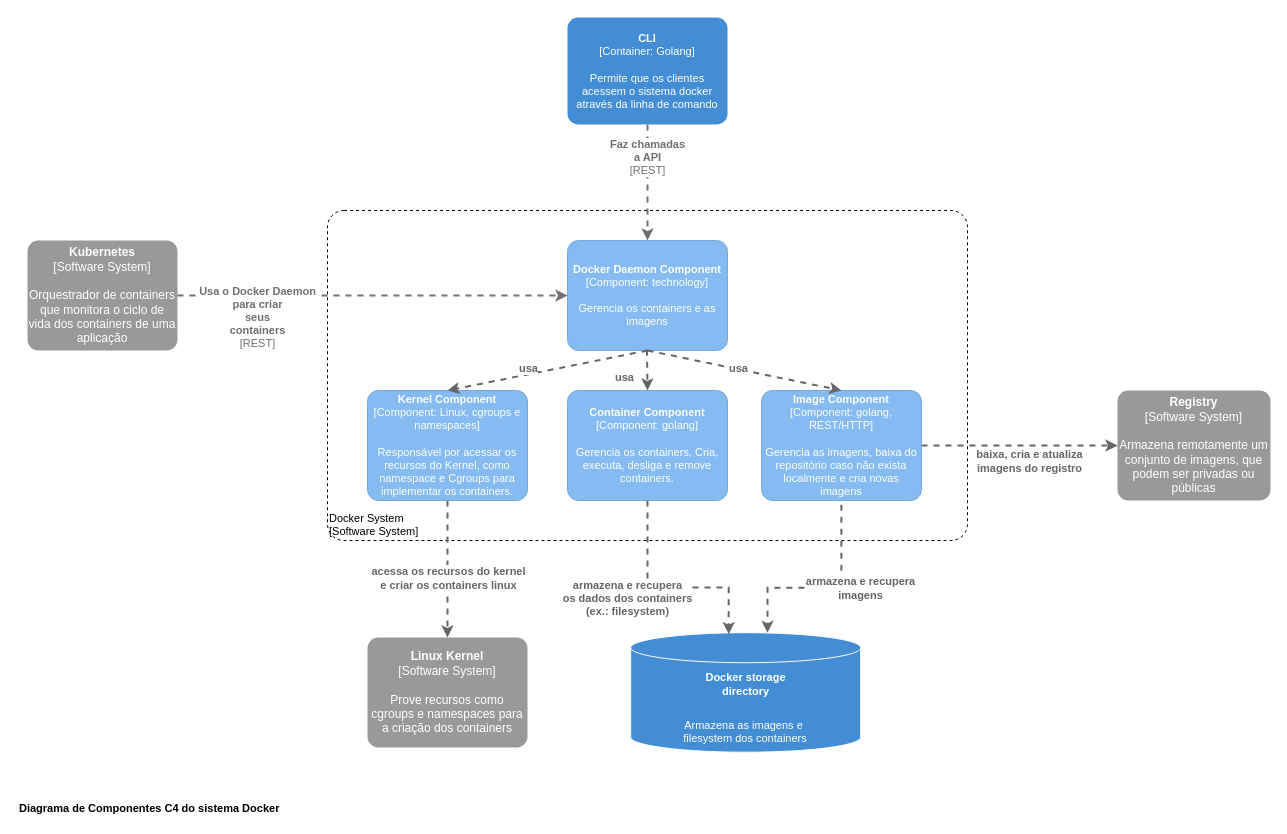
Above: page "component diagram" (3 of 3) of c4-context.drawio in viniciusbds/draw-io (draw.io), before the change. Source tidied: cells renumbered, new cells numbered last; positions are measured from the earlier drawing's top-left corner, leaving out a move shared by most shapes. Both pictures are drawn from the tidied source at 100%, with x=0, y=0 at pixel (17, 17).
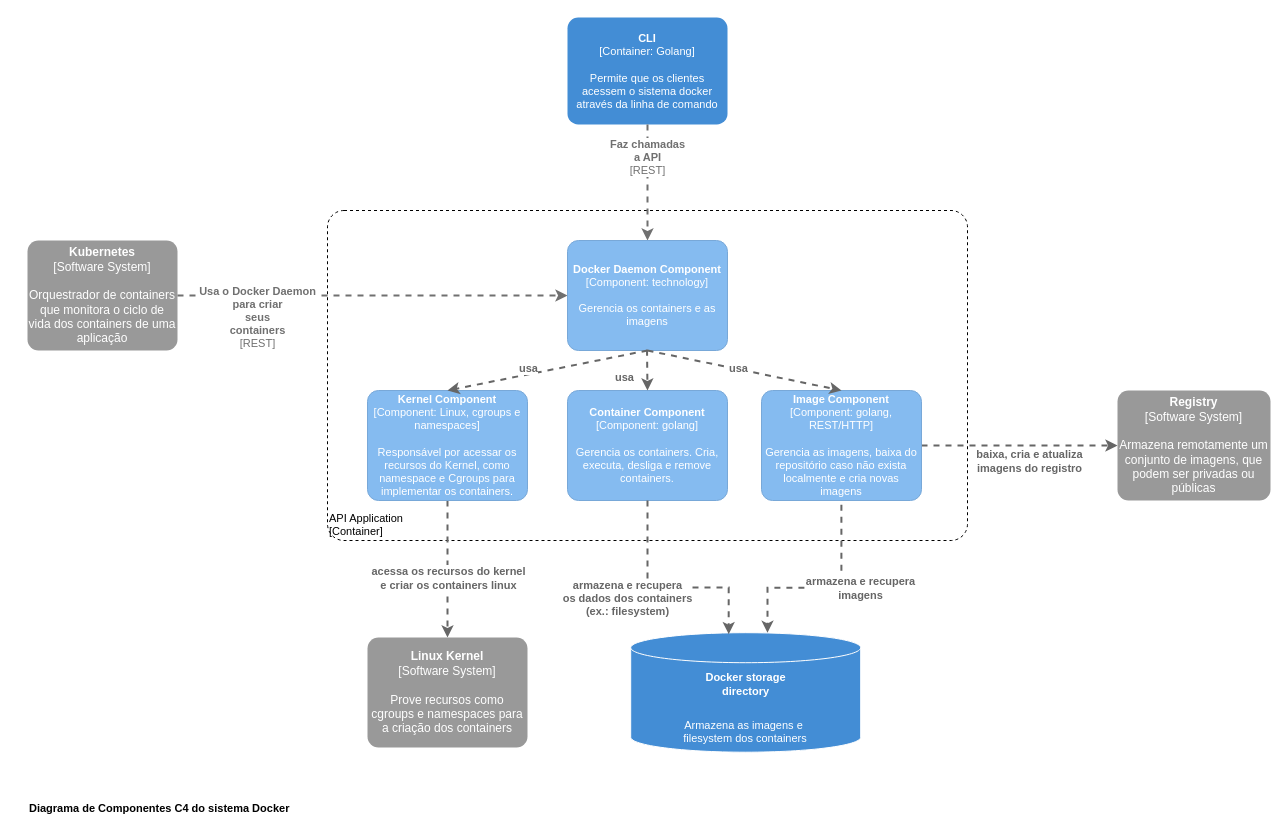
The same diagram, later.

The edit, as a diff of the source:
```diff
@@
-    <object id="2" label="&lt;div style=&quot;text-align: left&quot;&gt;%c4Name%&lt;/div&gt;&lt;div style=&quot;text-align: left&quot;&gt;[%c4Application%]&lt;/div&gt;" c4Application="Software System" c4Name="Docker System" placeholders="1">
+    <object id="2" label="&lt;div style=&quot;text-align: left&quot;&gt;%c4Name%&lt;/div&gt;&lt;div style=&quot;text-align: left&quot;&gt;[%c4Application%]&lt;/div&gt;" c4Application="Container" c4Name="API Application" placeholders="1">
       <mxCell style="rounded=1;whiteSpace=wrap;html=1;labelBackgroundColor=none;fillColor=#ffffff;fontColor=#000000;align=left;arcSize=5;strokeColor=#000000;verticalAlign=bottom;metaData={&quot;c4Type&quot;:{&quot;editable&quot;:false}};shadow=0;glass=0;dashed=1;sketch=0;fontSize=11;fontStyle=0;" parent="1" vertex="1">
         <mxGeometry x="310" y="193" width="640" height="330" as="geometry" />
       </mxCell>
     </object>
@@
     <mxCell id="14" value="&lt;b style=&quot;font-size: 11px&quot;&gt;Diagrama de Componentes C4 do sistema Docker&lt;/b&gt;" style="text;html=1;strokeColor=none;fillColor=none;align=left;verticalAlign=bottom;whiteSpace=wrap;rounded=0;fontSize=11;horizontal=1;" parent="1" vertex="1">
-      <mxGeometry y="770" width="651" height="30" as="geometry" />
+      <mxGeometry x="10" y="770" width="651" height="30" as="geometry" />
     </mxCell>
```
